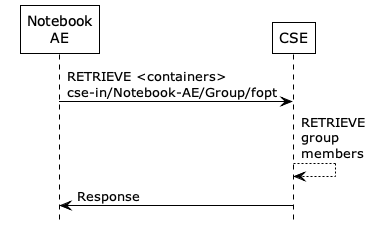
ankraft/onem2m-jupyter-notebooks keeps this PlantUML diagram as images/04/retrieve_containers.png. Above is the earlier version. Source of this version:
```plantuml
@startuml
hide footbox
!theme plain
skinparam backgroundcolor transparent

participant "Notebook\nAE" as AE
participant "CSE" as CSE

AE -> CSE: RETRIEVE <containers>\ncse-in/Notebook-AE/Group/fopt
CSE --> CSE: RETRIEVE\ngroup\nmembers
AE <- CSE: Response

@enduml
```
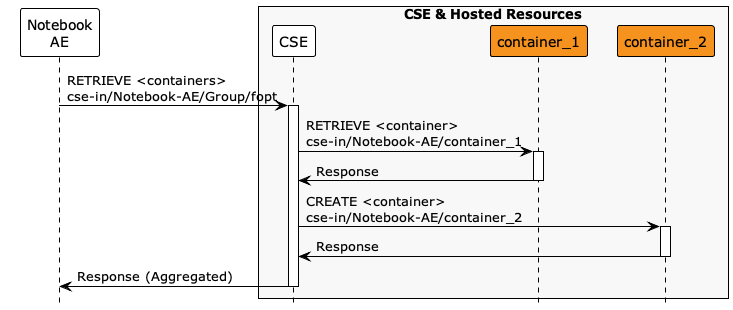
After the commit.

Commit message:
Improved <group> sequence diagrams. Improved name consistency for group members.

Diff of the diagram source:
```diff
@@ -3,11 +3,19 @@
 !theme plain
 skinparam backgroundcolor transparent
 
+
 participant "Notebook\nAE" as AE
+box "CSE & Hosted Resources" #f8f8f8
 participant "CSE" as CSE
+participant "container_1" as container_1 #F6921E
+participant "container_2" as container_2 #F6921E
+end box
 
-AE -> CSE: RETRIEVE <containers>\ncse-in/Notebook-AE/Group/fopt
-CSE --> CSE: RETRIEVE\ngroup\nmembers
-AE <- CSE: Response
+AE -> CSE ++: RETRIEVE <containers>\ncse-in/Notebook-AE/Group/fopt
+CSE -> container_1 ++: RETRIEVE <container>\ncse-in/Notebook-AE/container_1
+CSE <- container_1 --: Response
+CSE -> container_2 ++: CREATE <container>\ncse-in/Notebook-AE/container_2
+CSE <- container_2 --: Response
+AE <- CSE --: Response (Aggregated)
 
 @enduml
```
